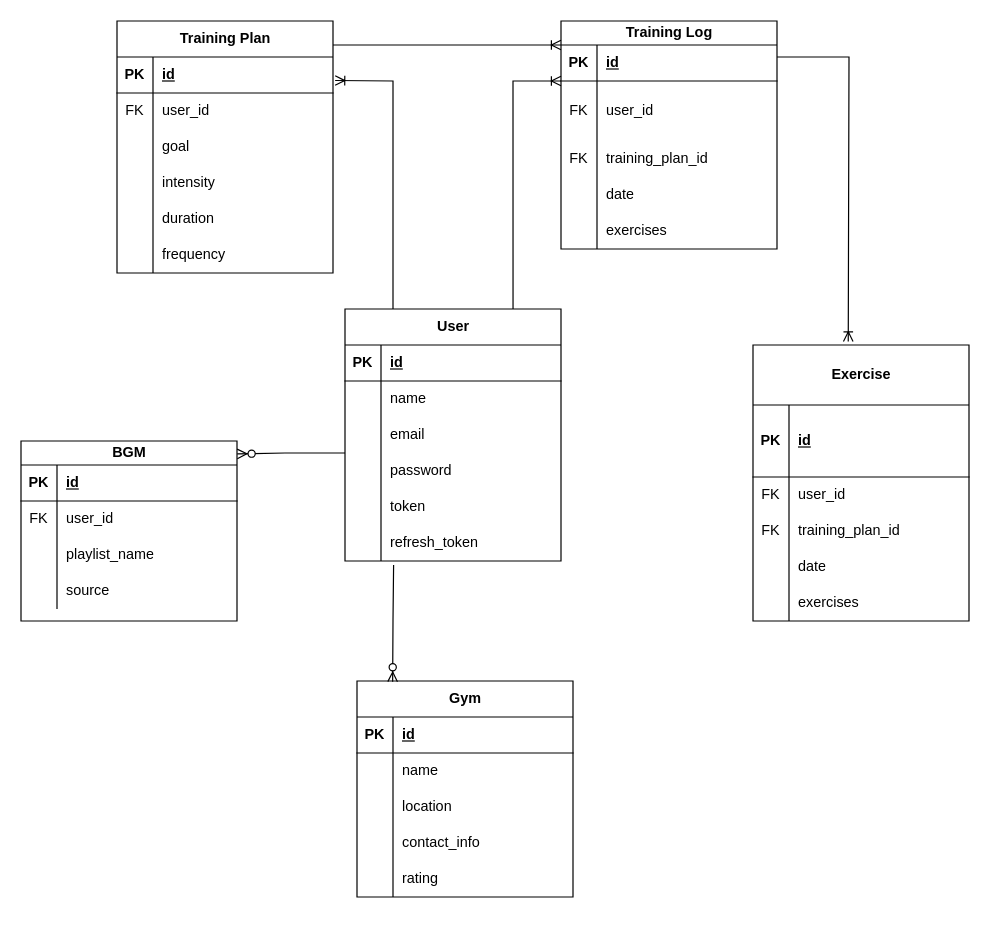
Earlier version of the draw.io diagram 名称未設定ファイル.drawio (yoshihiro1019/FitAIPlanner). Source tidied: cells renumbered, new cells numbered last; positions are measured from the earlier drawing's top-left corner, leaving out a move shared by most shapes. Both pictures are drawn from the tidied source at 120%, with x=0, y=0 at pixel (20, 20).
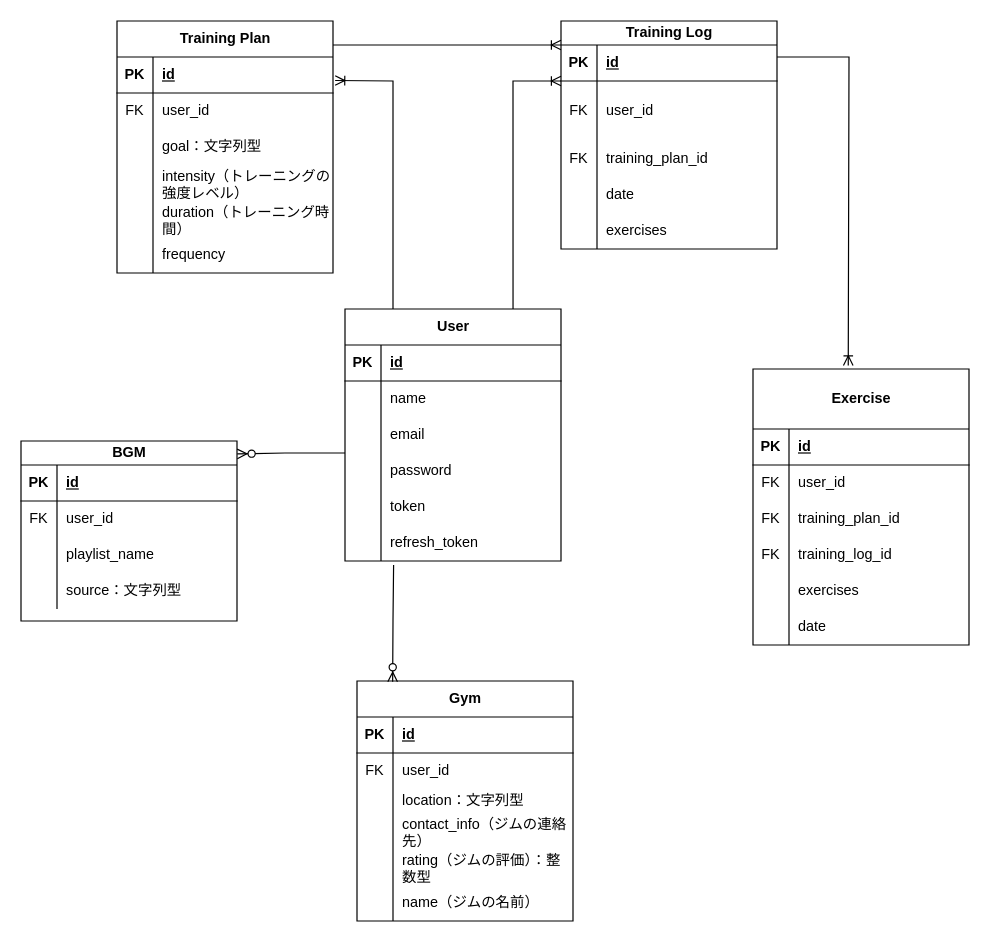
Above is the later version.

Commit message:
名称未設定ファイル.drawio を更新します

The change refers to these unchanged cells:
```xml
<mxCell id="25" style="shape=tableRow;horizontal=0;startSize=0;swimlaneHead=0;swimlaneBody=0;fillColor=none;top=0;left=0;right=0;bottom=0;" parent="18" vertex="1">
  <mxGeometry y="90" width="180" height="30" as="geometry" />
</mxCell>
<mxCell id="28" style="shape=tableRow;horizontal=0;startSize=0;swimlaneHead=0;swimlaneBody=0;fillColor=none;top=0;left=0;right=0;bottom=0;" parent="18" vertex="1">
  <mxGeometry y="120" width="180" height="30" as="geometry" />
</mxCell>
<mxCell id="31" style="shape=tableRow;horizontal=0;startSize=0;swimlaneHead=0;swimlaneBody=0;fillColor=none;top=0;left=0;right=0;bottom=0;" parent="18" vertex="1">
  <mxGeometry y="150" width="180" height="30" as="geometry" />
</mxCell>
<mxCell id="82" style="shape=tableRow;horizontal=0;startSize=0;swimlaneHead=0;swimlaneBody=0;fillColor=none;top=0;left=0;right=0;bottom=0;" parent="72" vertex="1">
  <mxGeometry y="110" width="180" height="30" as="geometry" />
</mxCell>
<mxCell id="89" style="shape=tableRow;horizontal=0;startSize=0;swimlaneHead=0;swimlaneBody=0;fillColor=none;top=0;left=0;right=0;bottom=0;" parent="85" vertex="1">
  <mxGeometry y="60" width="180" height="30" as="geometry" />
</mxCell>
```

What changed in the source:
```diff
@@
     <mxCell id="2" value="Exercise" style="shape=table;startSize=50;childLayout=tableLayout;rowLines=0;fontStyle=1;align=center;html=1;" parent="1" vertex="1">
-      <mxGeometry x="610" y="270" width="180" height="230" as="geometry" />
+      <mxGeometry x="610" y="290" width="180" height="230" as="geometry" />
     </mxCell>
     <mxCell id="3" style="shape=tableRow;horizontal=0;startSize=0;swimlaneHead=0;swimlaneBody=0;fillColor=none;top=0;left=0;right=0;bottom=1;" parent="2" vertex="1">
-      <mxGeometry y="50" width="180" height="60" as="geometry" />
+      <mxGeometry y="50" width="180" height="30" as="geometry" />
     </mxCell>
     <mxCell id="4" value="PK" style="shape=partialRectangle;fillColor=none;top=0;left=0;bottom=0;right=0;fontStyle=1;overflow=hidden;whiteSpace=wrap;html=1;" parent="3" vertex="1">
-      <mxGeometry width="30" height="60" as="geometry" />
+      <mxGeometry width="30" height="30" as="geometry" />
     </mxCell>
     <mxCell id="5" value="id" style="shape=partialRectangle;fillColor=none;top=0;left=0;bottom=0;right=0;align=left;spacingLeft=6;fontStyle=5;overflow=hidden;whiteSpace=wrap;html=1;" parent="3" vertex="1">
-      <mxGeometry x="30" width="150" height="60" as="geometry" />
+      <mxGeometry x="30" width="150" height="30" as="geometry" />
     </mxCell>
     <mxCell id="6" style="shape=tableRow;horizontal=0;startSize=0;swimlaneHead=0;swimlaneBody=0;fillColor=none;top=0;left=0;right=0;bottom=0;" parent="2" vertex="1">
-      <mxGeometry y="110" width="180" height="30" as="geometry" />
+      <mxGeometry y="80" width="180" height="30" as="geometry" />
     </mxCell>
@@
     <mxCell id="9" style="shape=tableRow;horizontal=0;startSize=0;swimlaneHead=0;swimlaneBody=0;fillColor=none;top=0;left=0;right=0;bottom=0;" parent="2" vertex="1">
-      <mxGeometry y="140" width="180" height="30" as="geometry" />
+      <mxGeometry y="110" width="180" height="30" as="geometry" />
     </mxCell>
@@
     <mxCell id="12" style="shape=tableRow;horizontal=0;startSize=0;swimlaneHead=0;swimlaneBody=0;fillColor=none;top=0;left=0;right=0;bottom=0;" parent="2" vertex="1">
-      <mxGeometry y="170" width="180" height="30" as="geometry" />
+      <mxGeometry y="140" width="180" height="30" as="geometry" />
     </mxCell>
-    <mxCell id="13" style="shape=partialRectangle;fillColor=none;top=0;left=0;bottom=0;right=0;overflow=hidden;whiteSpace=wrap;html=1;" parent="12" vertex="1">
+    <mxCell id="13" value="FK" style="shape=partialRectangle;fillColor=none;top=0;left=0;bottom=0;right=0;overflow=hidden;whiteSpace=wrap;html=1;" parent="12" vertex="1">
       <mxGeometry width="30" height="30" as="geometry" />
     </mxCell>
-    <mxCell id="14" value="date" style="shape=partialRectangle;fillColor=none;top=0;left=0;bottom=0;right=0;align=left;spacingLeft=6;overflow=hidden;whiteSpace=wrap;html=1;" parent="12" vertex="1">
+    <mxCell id="14" value="training_log_id" style="shape=partialRectangle;fillColor=none;top=0;left=0;bottom=0;right=0;align=left;spacingLeft=6;overflow=hidden;whiteSpace=wrap;html=1;" parent="12" vertex="1">
       <mxGeometry x="30" width="150" height="30" as="geometry" />
     </mxCell>
     <mxCell id="15" style="shape=tableRow;horizontal=0;startSize=0;swimlaneHead=0;swimlaneBody=0;fillColor=none;top=0;left=0;right=0;bottom=0;" parent="2" vertex="1">
-      <mxGeometry y="200" width="180" height="30" as="geometry" />
+      <mxGeometry y="170" width="180" height="30" as="geometry" />
     </mxCell>
@@
+    <mxCell id="107" style="shape=tableRow;horizontal=0;startSize=0;swimlaneHead=0;swimlaneBody=0;fillColor=none;top=0;left=0;right=0;bottom=0;" parent="2" vertex="1">
+      <mxGeometry y="200" width="180" height="30" as="geometry" />
+    </mxCell>
+    <mxCell id="108" style="shape=partialRectangle;fillColor=none;top=0;left=0;bottom=0;right=0;overflow=hidden;whiteSpace=wrap;html=1;" parent="107" vertex="1">
+      <mxGeometry width="30" height="30" as="geometry" />
+    </mxCell>
+    <mxCell id="109" value="date" style="shape=partialRectangle;fillColor=none;top=0;left=0;bottom=0;right=0;align=left;spacingLeft=6;overflow=hidden;whiteSpace=wrap;html=1;" parent="107" vertex="1">
+      <mxGeometry x="30" width="150" height="30" as="geometry" />
+    </mxCell>
@@
-    <mxCell id="27" value="goal" style="shape=partialRectangle;fillColor=none;top=0;left=0;bottom=0;right=0;align=left;spacingLeft=6;overflow=hidden;whiteSpace=wrap;html=1;" parent="25" vertex="1">
+    <mxCell id="27" value="goal：文字列型" style="shape=partialRectangle;fillColor=none;top=0;left=0;bottom=0;right=0;align=left;spacingLeft=6;overflow=hidden;whiteSpace=wrap;html=1;" parent="25" vertex="1">
       <mxGeometry x="30" width="150" height="30" as="geometry" />
     </mxCell>
@@
-    <mxCell id="30" value="intensity" style="shape=partialRectangle;fillColor=none;top=0;left=0;bottom=0;right=0;align=left;spacingLeft=6;overflow=hidden;whiteSpace=wrap;html=1;" parent="28" vertex="1">
+    <mxCell id="30" value="intensity（トレーニングの強度レベル）" style="shape=partialRectangle;fillColor=none;top=0;left=0;bottom=0;right=0;align=left;spacingLeft=6;overflow=hidden;whiteSpace=wrap;html=1;" parent="28" vertex="1">
       <mxGeometry x="30" width="150" height="30" as="geometry" />
     </mxCell>
@@
-    <mxCell id="33" value="duration" style="shape=partialRectangle;fillColor=none;top=0;left=0;bottom=0;right=0;align=left;spacingLeft=6;overflow=hidden;whiteSpace=wrap;html=1;" parent="31" vertex="1">
+    <mxCell id="33" value="duration（トレーニング時間）" style="shape=partialRectangle;fillColor=none;top=0;left=0;bottom=0;right=0;align=left;spacingLeft=6;overflow=hidden;whiteSpace=wrap;html=1;" parent="31" vertex="1">
       <mxGeometry x="30" width="150" height="30" as="geometry" />
     </mxCell>
@@
-    <mxCell id="84" value="source" style="shape=partialRectangle;fillColor=none;top=0;left=0;bottom=0;right=0;align=left;spacingLeft=6;overflow=hidden;whiteSpace=wrap;html=1;" parent="82" vertex="1">
+    <mxCell id="84" value="source：文字列型" style="shape=partialRectangle;fillColor=none;top=0;left=0;bottom=0;right=0;align=left;spacingLeft=6;overflow=hidden;whiteSpace=wrap;html=1;" parent="82" vertex="1">
       <mxGeometry x="30" width="150" height="30" as="geometry" />
     </mxCell>
     <mxCell id="85" value="Gym" style="shape=table;startSize=30;childLayout=tableLayout;rowLines=0;fontStyle=1;align=center;html=1;" parent="1" vertex="1">
-      <mxGeometry x="280" y="550" width="180" height="180" as="geometry" />
+      <mxGeometry x="280" y="550" width="180" height="200" as="geometry" />
     </mxCell>
@@
-    <mxCell id="90" style="shape=partialRectangle;fillColor=none;top=0;left=0;bottom=0;right=0;overflow=hidden;whiteSpace=wrap;html=1;" parent="89" vertex="1">
+    <mxCell id="90" value="FK" style="shape=partialRectangle;fillColor=none;top=0;left=0;bottom=0;right=0;overflow=hidden;whiteSpace=wrap;html=1;" parent="89" vertex="1">
       <mxGeometry width="30" height="30" as="geometry" />
     </mxCell>
-    <mxCell id="91" value="name" style="shape=partialRectangle;fillColor=none;top=0;left=0;bottom=0;right=0;align=left;spacingLeft=6;overflow=hidden;whiteSpace=wrap;html=1;" parent="89" vertex="1">
+    <mxCell id="91" value="user_id" style="shape=partialRectangle;fillColor=none;top=0;left=0;bottom=0;right=0;align=left;spacingLeft=6;overflow=hidden;whiteSpace=wrap;html=1;" parent="89" vertex="1">
       <mxGeometry x="30" width="150" height="30" as="geometry" />
     </mxCell>
     <mxCell id="92" style="shape=tableRow;horizontal=0;startSize=0;swimlaneHead=0;swimlaneBody=0;fillColor=none;top=0;left=0;right=0;bottom=0;" parent="85" vertex="1">
-      <mxGeometry y="90" width="180" height="30" as="geometry" />
+      <mxGeometry y="90" width="180" height="20" as="geometry" />
     </mxCell>
     <mxCell id="93" style="shape=partialRectangle;fillColor=none;top=0;left=0;bottom=0;right=0;overflow=hidden;whiteSpace=wrap;html=1;" parent="92" vertex="1">
-      <mxGeometry width="30" height="30" as="geometry" />
+      <mxGeometry width="30" height="20" as="geometry" />
     </mxCell>
-    <mxCell id="94" value="location" style="shape=partialRectangle;fillColor=none;top=0;left=0;bottom=0;right=0;align=left;spacingLeft=6;overflow=hidden;whiteSpace=wrap;html=1;" parent="92" vertex="1">
-      <mxGeometry x="30" width="150" height="30" as="geometry" />
+    <mxCell id="94" value="location：文字列型" style="shape=partialRectangle;fillColor=none;top=0;left=0;bottom=0;right=0;align=left;spacingLeft=6;overflow=hidden;whiteSpace=wrap;html=1;" parent="92" vertex="1">
+      <mxGeometry x="30" width="150" height="20" as="geometry" />
     </mxCell>
     <mxCell id="95" style="shape=tableRow;horizontal=0;startSize=0;swimlaneHead=0;swimlaneBody=0;fillColor=none;top=0;left=0;right=0;bottom=0;" parent="85" vertex="1">
-      <mxGeometry y="120" width="180" height="30" as="geometry" />
+      <mxGeometry y="110" width="180" height="30" as="geometry" />
     </mxCell>
@@
-    <mxCell id="97" value="contact_info" style="shape=partialRectangle;fillColor=none;top=0;left=0;bottom=0;right=0;align=left;spacingLeft=6;overflow=hidden;whiteSpace=wrap;html=1;" parent="95" vertex="1">
+    <mxCell id="97" value="contact_info（ジムの連絡先）" style="shape=partialRectangle;fillColor=none;top=0;left=0;bottom=0;right=0;align=left;spacingLeft=6;overflow=hidden;whiteSpace=wrap;html=1;" parent="95" vertex="1">
       <mxGeometry x="30" width="150" height="30" as="geometry" />
     </mxCell>
     <mxCell id="98" style="shape=tableRow;horizontal=0;startSize=0;swimlaneHead=0;swimlaneBody=0;fillColor=none;top=0;left=0;right=0;bottom=0;" parent="85" vertex="1">
-      <mxGeometry y="150" width="180" height="30" as="geometry" />
+      <mxGeometry y="140" width="180" height="30" as="geometry" />
     </mxCell>
@@
-    <mxCell id="100" value="rating" style="shape=partialRectangle;fillColor=none;top=0;left=0;bottom=0;right=0;align=left;spacingLeft=6;overflow=hidden;whiteSpace=wrap;html=1;" parent="98" vertex="1">
+    <mxCell id="100" value="rating（ジムの評価）：整数型" style="shape=partialRectangle;fillColor=none;top=0;left=0;bottom=0;right=0;align=left;spacingLeft=6;overflow=hidden;whiteSpace=wrap;html=1;" parent="98" vertex="1">
       <mxGeometry x="30" width="150" height="30" as="geometry" />
     </mxCell>
+    <mxCell id="110" style="shape=tableRow;horizontal=0;startSize=0;swimlaneHead=0;swimlaneBody=0;fillColor=none;top=0;left=0;right=0;bottom=0;" parent="85" vertex="1">
+      <mxGeometry y="170" width="180" height="30" as="geometry" />
+    </mxCell>
+    <mxCell id="111" style="shape=partialRectangle;fillColor=none;top=0;left=0;bottom=0;right=0;overflow=hidden;whiteSpace=wrap;html=1;" parent="110" vertex="1">
+      <mxGeometry width="30" height="30" as="geometry" />
+    </mxCell>
+    <mxCell id="112" value="name（ジムの名前）" style="shape=partialRectangle;fillColor=none;top=0;left=0;bottom=0;right=0;align=left;spacingLeft=6;overflow=hidden;whiteSpace=wrap;html=1;" parent="110" vertex="1">
+      <mxGeometry x="30" width="150" height="30" as="geometry" />
+    </mxCell>
```
